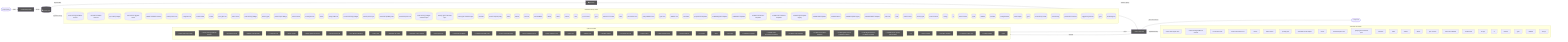
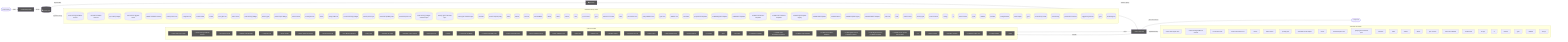
flowchart LR
  UserQ(["👤 User Query"])
  Embed["📐 Embedding Model"]
  VecDB[("📚 Vector Store")]
  Retriever["🔍 Retriever"]
  LLMNode["🧠 LLM / Generator"]
  Output(["✅ Response"])
  UserQ -->|query| Embed
  Embed -->|vector| VecDB
  VecDB -->|top-k chunks| Retriever
  Retriever -->|context + query| LLMNode
  LLMNode -->|generated answer| Output
  subgraph DetectedMemory["Detected memory stores"]
    det_detectedmemory_check_steering_feedback_contract_80134459[("check-steering-feedback-contract")]
    det_detectedmemory_normalize_workflow_contracts_8701f1c8[("normalize-workflow-contracts")]
    det_detectedmemory_sync_codex_preflight_7e7a8dc2[("sync-codex-preflight")]
    det_detectedmemory_test_harness_upgrade_matrix_84113c4e[("test-harness-upgrade-matrix")]
    det_detectedmemory_validate_workflow_contracts_33dc063c[("validate-workflow-contracts")]
    det_detectedmemory_branch_protect_core_a8feb0fd[("branch-protect-core")]
    det_detectedmemory_ci_migrate_core_7005b5af[("ci-migrate-core")]
    det_detectedmemory_context_health_80bb7da9[("context-health")]
    det_detectedmemory_context_ea7792a2[("context")]
    det_detectedmemory_docs_gate_core_eb9b6c18[("docs-gate-core")]
    det_detectedmemory_index_context_de3ed39d[("index-context")]
    det_detectedmemory_local_memory_preflight_dcc36c42[("local-memory-preflight")]
    det_detectedmemory_memory_gate_a577a506[("memory-gate")]
    det_detectedmemory_pattern_scope_siblings_43abe000[("pattern-scope-siblings")]
    det_detectedmemory_review_context_ca6cf81d[("review-context")]
    det_detectedmemory_review_gate_core_4c8001f9[("review-gate-core")]
    det_detectedmemory_search_24193290[("search")]
    det_detectedmemory_tooling_audit_core_328d6a41[("tooling-audit-core")]
    det_detectedmemory_run_local_memory_preflight_36e92808[("run-local-memory-preflight")]
    det_detectedmemory_branch_protect_sync_570adb18[("branch-protect-sync")]
    det_detectedmemory_command_capability_rules_ca3f496a[("command-capability-rules")]
    det_detectedmemory_command_specs_core_1c0ffc99[("command-specs-core")]
    det_detectedmemory_local_memory_preflight_command_spec_9e23f3ce[("local-memory-preflight-command-spec")]
    det_detectedmemory_memory_gate_command_spec_dc9001a9[("memory-gate-command-spec")]
    det_detectedmemory_review_gate_command_spec_3187376a[("review-gate-command-spec")]
    det_detectedmemory_constants_7517017f[("constants")]
    det_detectedmemory_context_compact_policy_3dcaf95d[("context-compact-policy")]
    det_detectedmemory_index_1bc04b52[("index")]
    det_detectedmemory_indexer_70fa78e5[("indexer")]
    det_detectedmemory_init_error_5c7dd49f[("init-error")]
    det_detectedmemory_lexical_fallback_723e2b3e[("lexical-fallback")]
    det_detectedmemory_ollama_76e3c7bf[("ollama")]
    det_detectedmemory_rollout_a4fa034c[("rollout")]
    det_detectedmemory_sources_878a52fc[("sources")]
    det_detectedmemory_store_824d80d7[("store")]
    det_detectedmemory_sync_contract_c79fa191[("sync-contract")]
    det_detectedmemory_types_4_822d0f88[("types")]
    det_detectedmemory_harness_run_context_ac7c77a9[("harness-run-context")]
    det_detectedmemory_index_1_faebc14e[("index")]
    det_detectedmemory_json_schema_core_96d7e328[("json-schema-core")]
    det_detectedmemory_policy_validators_core_714a3fe7[("policy-validators-core")]
    det_detectedmemory_types_core_e405ddca[("types-core")]
    det_detectedmemory_validator_core_4358f8ba[("validator-core")]
    det_detectedmemory_init_modes_c05ceb07[("init-modes")]
    det_detectedmemory_project_brain_templates_7ef51530[("project-brain-templates")]
    det_detectedmemory_scaffold_diagram_templates_dd88e83c[("scaffold-diagram-templates")]
    det_detectedmemory_scaffold_doc_templates_f6152330[("scaffold-doc-templates")]
    det_detectedmemory_scaffold_environment_templates_c1ceba6a[("scaffold-environment-templates")]
    det_detectedmemory_scaffold_root_command_templates_404fed7f[("scaffold-root-command-templates")]
    det_detectedmemory_scaffold_script_template_registry_69312d4e[("scaffold-script-template-registry")]
    det_detectedmemory_scaffold_shell_templates_0ad0f915[("scaffold-shell-templates")]
    det_detectedmemory_scaffold_surfaces_12d6494e[("scaffold-surfaces")]
    det_detectedmemory_scaffold_template_registry_b1cce2aa[("scaffold-template-registry")]
    det_detectedmemory_scaffold_workflow_template_92310587[("scaffold-workflow-template")]
    det_detectedmemory_eval_seed_5699fd3e[("eval-seed")]
    det_detectedmemory_index_4_013aa0e3[("index")]
    det_detectedmemory_review_context_1_e3afed15[("review-context")]
    det_detectedmemory_memory_gate_1_265164ac[("memory-gate")]
    det_detectedmemory_branch_enforcer_acb749cd[("branch-enforcer")]
-     det_detectedmemory_cli_args_3_371ad1f3[("cli-args")]
+     det_detectedmemory_cli_args_4_15572cd3[("cli-args")]
    det_detectedmemory_cli_4_4efe97c7[("cli")]
    det_detectedmemory_metrics_tracker_98cec29c[("metrics-tracker")]
    det_detectedmemory_types_11_4be3ee64[("types")]
    det_detectedmemory_validator_4_5180cf23[("validator")]
    det_detectedmemory_classifier_fe1991a9[("classifier")]
    det_detectedmemory_tooling_baseline_50ab2eeb[("tooling-baseline")]
    det_detectedmemory_claim_helpers_20dc8387[("claim-helpers")]
    det_detectedmemory_types_16_0fae1112[("types")]
    det_detectedmemory_local_memory_smoke_1175abfc[("local-memory-smoke")]
    det_detectedmemory_local_memory_0db17ecc[("local-memory")]
    det_detectedmemory_performance_overload_c685bfcf[("performance-overload")]
    det_detectedmemory_suggestion_generator_0956f794[("suggestion-generator")]
    det_detectedmemory_types_23_4352ee2e[("types")]
    det_detectedmemory_overload_guard_2748c559[("overload-guard")]
  end
  VecDB -. "implemented by" .-> DetectedMemory
  subgraph DetectedLLM["Detected LLM clients"]
    det_detectedllm_check_codex_agent_roles_5bb2e89b["check-codex-agent-roles"]
    det_detectedllm_check_steering_feedback_contract_80134459["check-steering-feedback-contract"]
    det_detectedllm_run_harness_evals_77704768["run-harness-evals"]
    det_detectedllm_check_environment_core_2c16213f["check-environment-core"]
    det_detectedllm_context_ea7792a2["context"]
    det_detectedllm_index_context_de3ed39d["index-context"]
    det_detectedllm_prompt_gate_c5e9d207["prompt-gate"]
    det_detectedllm_remediate_runner_helpers_929fedcc["remediate-runner-helpers"]
    det_detectedllm_search_24193290["search"]
    det_detectedllm_command_specs_core_1c0ffc99["command-specs-core"]
    det_detectedllm_prompt_gate_command_spec_9a941482["prompt-gate-command-spec"]
    det_detectedllm_constants_7517017f["constants"]
    det_detectedllm_index_1bc04b52["index"]
    det_detectedllm_indexer_70fa78e5["indexer"]
    det_detectedllm_ollama_76e3c7bf["ollama"]
    det_detectedllm_sync_contract_c79fa191["sync-contract"]
    det_detectedllm_north_star_validators_cfc926ce["north-star-validators"]
    det_detectedllm_sensitive_text_7c11f760["sensitive-text"]
-     det_detectedllm_cli_args_6_be6244ad["cli-args"]
+     det_detectedllm_cli_args_7_16dab031["cli-args"]
    det_detectedllm_cli_7_dc4a9f7f["cli"]
    det_detectedllm_sections_4697ef32["sections"]
    det_detectedllm_types_19_eb4ad5f0["types"]
    det_detectedllm_validator_6_3688adbf["validator"]
-     det_detectedllm_cli_args_7_16dab031["cli-args"]
+     det_detectedllm_cli_args_8_d546936e["cli-args"]
  end
  LLMNode -. "implemented by" .-> DetectedLLM
  subgraph DetectedTools["Agentic tool calls"]
    det_detectedtools_check_codex_agent_roles_5bb2e89b["🔧 check-codex-agent-roles"]
    det_detectedtools_check_steering_feedback_contract_80134459["🔧 check-steering-feedback-contract"]
    det_detectedtools_run_harness_evals_77704768["🔧 run-harness-evals"]
    det_detectedtools_validate_packaged_skill_5e32c890["🔧 validate-packaged-skill"]
    det_detectedtools_ci_migrate_core_7005b5af["🔧 ci-migrate-core"]
    det_detectedtools_doctor_checks_5a2eb2b9["🔧 doctor-checks"]
    det_detectedtools_doctor_github_tool_checks_a53b0382["🔧 doctor-github-tool-checks"]
    det_detectedtools_doctor_tool_checks_4acac51a["🔧 doctor-tool-checks"]
    det_detectedtools_next_blocked_decisions_4140ad2b["🔧 next-blocked-decisions"]
    det_detectedtools_policy_gate_213f7313["🔧 policy-gate"]
    det_detectedtools_remediate_cli_output_cc165396["🔧 remediate-cli-output"]
    det_detectedtools_remediate_runner_helpers_929fedcc["🔧 remediate-runner-helpers"]
    det_detectedtools_review_gate_core_4c8001f9["🔧 review-gate-core"]
+     det_detectedtools_cli_args_1_6144b055["🔧 cli-args"]
    det_detectedtools_command_capabilities_a4d5c71e["🔧 command-capabilities"]
    det_detectedtools_command_capability_rules_ca3f496a["🔧 command-capability-rules"]
    det_detectedtools_linear_command_actions_e430f4f4["🔧 linear-command-actions"]
    det_detectedtools_linear_command_runner_4a740dfc["🔧 linear-command-runner"]
    det_detectedtools_policy_validators_core_714a3fe7["🔧 policy-validators-core"]
    det_detectedtools_types_core_e405ddca["🔧 types-core"]
    det_detectedtools_validator_core_4358f8ba["🔧 validator-core"]
    det_detectedtools_validator_helpers_7b927667["🔧 validator-helpers"]
    det_detectedtools_he_phase_exit_core_1148895b["🔧 he-phase-exit-core"]
    det_detectedtools_ralph_runtime_73d63c0e["🔧 ralph-runtime"]
    det_detectedtools_observed_skill_usage_ed7d5930["🔧 observed-skill-usage"]
    det_detectedtools_closure_evidence_aaa31467["🔧 closure-evidence"]
    det_detectedtools_pr_creator_dc6b1ea4["🔧 pr-creator"]
    det_detectedtools_client_948fe603["🔧 client"]
    det_detectedtools_init_output_360dce91["🔧 init-output"]
    det_detectedtools_scaffold_ci_templates_2afd6392["🔧 scaffold-ci-templates"]
    det_detectedtools_scaffold_codex_environment_templates_334fbbed["🔧 scaffold-codex-environment-templates"]
    det_detectedtools_scaffold_config_templates_4b80ce53["🔧 scaffold-config-templates"]
    det_detectedtools_scaffold_environment_templates_c1ceba6a["🔧 scaffold-environment-templates"]
    det_detectedtools_scaffold_github_actions_pr_pipeline_renderer_1ee18de5["🔧 scaffold-github-actions-pr-pipeline-renderer"]
    det_detectedtools_scaffold_github_actions_pr_pipeline_template_e2b85f62["🔧 scaffold-github-actions-pr-pipeline-template"]
    det_detectedtools_scaffold_release_private_npm_template_075499f8["🔧 scaffold-release-private-npm-template"]
    det_detectedtools_cli_4_4efe97c7["🔧 cli"]
    det_detectedtools_metrics_tracker_98cec29c["🔧 metrics-tracker"]
    det_detectedtools_normalise_renderer_85f2e563["🔧 normalise-renderer"]
    det_detectedtools_evaluation_engine_core_e054fe49["🔧 evaluation-engine-core"]
    det_detectedtools_tooling_baseline_50ab2eeb["🔧 tooling-baseline"]
    det_detectedtools_types_25_89d086aa["🔧 types"]
  end
  LLMNode -->|tool use| DetectedTools
  DetectedTools -->|result| LLMNode
  classDef memNode fill:#555,color:#fff
  class VecDB,Retriever memNode
  classDef llmNode fill:#555,color:#fff
  class LLMNode,Embed llmNode
  classDef toolNode fill:#555,color:#fff
-   class det_detectedtools_check_codex_agent_roles_5bb2e89b,det_detectedtools_check_steering_feedback_contract_80134459,det_detectedtools_run_harness_evals_77704768,det_detectedtools_validate_packaged_skill_5e32c890,det_detectedtools_ci_migrate_core_7005b5af,det_detectedtools_doctor_checks_5a2eb2b9,det_detectedtools_doctor_github_tool_checks_a53b0382,det_detectedtools_doctor_tool_checks_4acac51a,det_detectedtools_next_blocked_decisions_4140ad2b,det_detectedtools_policy_gate_213f7313,det_detectedtools_remediate_cli_output_cc165396,det_detectedtools_remediate_runner_helpers_929fedcc,det_detectedtools_review_gate_core_4c8001f9,det_detectedtools_command_capabilities_a4d5c71e,det_detectedtools_command_capability_rules_ca3f496a,det_detectedtools_linear_command_actions_e430f4f4,det_detectedtools_linear_command_runner_4a740dfc,det_detectedtools_policy_validators_core_714a3fe7,det_detectedtools_types_core_e405ddca,det_detectedtools_validator_core_4358f8ba,det_detectedtools_validator_helpers_7b927667,det_detectedtools_he_phase_exit_core_1148895b,det_detectedtools_ralph_runtime_73d63c0e,det_detectedtools_observed_skill_usage_ed7d5930,det_detectedtools_closure_evidence_aaa31467,det_detectedtools_pr_creator_dc6b1ea4,det_detectedtools_client_948fe603,det_detectedtools_init_output_360dce91,det_detectedtools_scaffold_ci_templates_2afd6392,det_detectedtools_scaffold_codex_environment_templates_334fbbed,det_detectedtools_scaffold_config_templates_4b80ce53,det_detectedtools_scaffold_environment_templates_c1ceba6a,det_detectedtools_scaffold_github_actions_pr_pipeline_renderer_1ee18de5,det_detectedtools_scaffold_github_actions_pr_pipeline_template_e2b85f62,det_detectedtools_scaffold_release_private_npm_template_075499f8,det_detectedtools_cli_4_4efe97c7,det_detectedtools_metrics_tracker_98cec29c,det_detectedtools_normalise_renderer_85f2e563,det_detectedtools_evaluation_engine_core_e054fe49,det_detectedtools_tooling_baseline_50ab2eeb,det_detectedtools_types_25_89d086aa toolNode
+   class det_detectedtools_check_codex_agent_roles_5bb2e89b,det_detectedtools_check_steering_feedback_contract_80134459,det_detectedtools_run_harness_evals_77704768,det_detectedtools_validate_packaged_skill_5e32c890,det_detectedtools_ci_migrate_core_7005b5af,det_detectedtools_doctor_checks_5a2eb2b9,det_detectedtools_doctor_github_tool_checks_a53b0382,det_detectedtools_doctor_tool_checks_4acac51a,det_detectedtools_next_blocked_decisions_4140ad2b,det_detectedtools_policy_gate_213f7313,det_detectedtools_remediate_cli_output_cc165396,det_detectedtools_remediate_runner_helpers_929fedcc,det_detectedtools_review_gate_core_4c8001f9,det_detectedtools_cli_args_1_6144b055,det_detectedtools_command_capabilities_a4d5c71e,det_detectedtools_command_capability_rules_ca3f496a,det_detectedtools_linear_command_actions_e430f4f4,det_detectedtools_linear_command_runner_4a740dfc,det_detectedtools_policy_validators_core_714a3fe7,det_detectedtools_types_core_e405ddca,det_detectedtools_validator_core_4358f8ba,det_detectedtools_validator_helpers_7b927667,det_detectedtools_he_phase_exit_core_1148895b,det_detectedtools_ralph_runtime_73d63c0e,det_detectedtools_observed_skill_usage_ed7d5930,det_detectedtools_closure_evidence_aaa31467,det_detectedtools_pr_creator_dc6b1ea4,det_detectedtools_client_948fe603,det_detectedtools_init_output_360dce91,det_detectedtools_scaffold_ci_templates_2afd6392,det_detectedtools_scaffold_codex_environment_templates_334fbbed,det_detectedtools_scaffold_config_templates_4b80ce53,det_detectedtools_scaffold_environment_templates_c1ceba6a,det_detectedtools_scaffold_github_actions_pr_pipeline_renderer_1ee18de5,det_detectedtools_scaffold_github_actions_pr_pipeline_template_e2b85f62,det_detectedtools_scaffold_release_private_npm_template_075499f8,det_detectedtools_cli_4_4efe97c7,det_detectedtools_metrics_tracker_98cec29c,det_detectedtools_normalise_renderer_85f2e563,det_detectedtools_evaluation_engine_core_e054fe49,det_detectedtools_tooling_baseline_50ab2eeb,det_detectedtools_types_25_89d086aa toolNode
